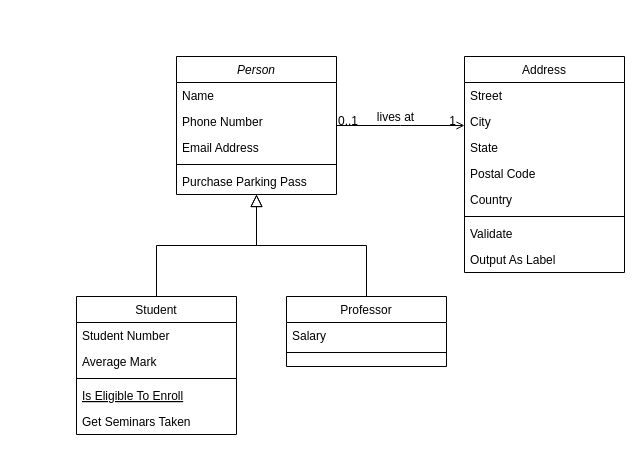
glennmon/glenntest keeps this draw.io diagram as restorant.drawio. Above is the earlier version. Source tidied: cells renumbered, new cells numbered last; positions are measured from the earlier drawing's top-left corner, leaving out a move shared by most shapes. Both pictures are drawn from the tidied source at 100%, with x=0, y=0 at pixel (76, 56).
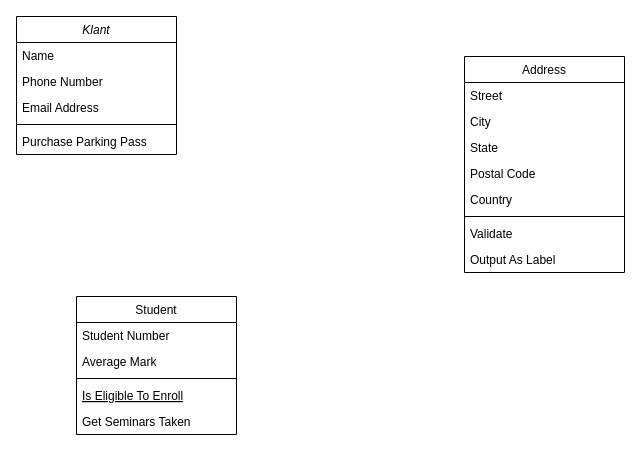
Above is the later version.

Unchanged cells that the change refers to:
```xml
<mxCell id="8" value="Student" style="swimlane;fontStyle=0;align=center;verticalAlign=top;horizontal=1;startSize=26;rounded=0;shadow=0;strokeWidth=1;" parent="1" vertex="1">
  <mxGeometry y="240" width="160" height="138" as="geometry" />
</mxCell>
<mxCell id="19" value="Address" style="swimlane;fontStyle=0;align=center;verticalAlign=top;horizontal=1;startSize=26;rounded=0;shadow=0;strokeWidth=1;" parent="1" vertex="1">
  <mxGeometry x="388" width="160" height="216" as="geometry" />
</mxCell>
```

Change to the diagram source:
```diff
@@
-    <mxCell id="2" value="Person" style="swimlane;fontStyle=2;align=center;verticalAlign=top;horizontal=1;startSize=26;rounded=0;shadow=0;strokeWidth=1;" parent="1" vertex="1">
-      <mxGeometry x="100" width="160" height="138" as="geometry" />
+    <mxCell id="2" value="Klant" style="swimlane;fontStyle=2;align=center;verticalAlign=top;horizontal=1;startSize=26;rounded=0;shadow=0;strokeWidth=1;" parent="1" vertex="1">
+      <mxGeometry x="-60" y="-40" width="160" height="138" as="geometry" />
     </mxCell>
@@
-    <mxCell id="14" style="endArrow=block;endSize=10;endFill=0;shadow=0;strokeWidth=1;rounded=0;edgeStyle=elbowEdgeStyle;elbow=vertical;" parent="1" edge="1" source="8" target="2">
-      <mxGeometry relative="1" as="geometry" />
-    </mxCell>
-    <mxCell id="15" value="Professor" style="swimlane;fontStyle=0;align=center;verticalAlign=top;horizontal=1;startSize=26;rounded=0;shadow=0;strokeWidth=1;" parent="1" vertex="1">
-      <mxGeometry x="210" y="240" width="160" height="70" as="geometry" />
-    </mxCell>
-    <mxCell id="16" value="Salary" style="text;align=left;verticalAlign=top;spacingLeft=4;spacingRight=4;overflow=hidden;" parent="15" vertex="1">
-      <mxGeometry y="26" width="160" height="26" as="geometry" />
-    </mxCell>
-    <mxCell id="17" style="line;html=1;strokeWidth=1;align=left;verticalAlign=middle;spacingTop=-1;spacingLeft=3;spacingRight=3;labelPosition=right;" parent="15" vertex="1">
-      <mxGeometry y="52" width="160" height="8" as="geometry" />
-    </mxCell>
-    <mxCell id="18" style="endArrow=block;endSize=10;endFill=0;shadow=0;strokeWidth=1;rounded=0;edgeStyle=elbowEdgeStyle;elbow=vertical;" parent="1" edge="1" source="15" target="2">
-      <mxGeometry relative="1" as="geometry" />
-    </mxCell>
@@
-    <mxCell id="28" style="endArrow=open;shadow=0;strokeWidth=1;rounded=0;endFill=1;edgeStyle=elbowEdgeStyle;elbow=vertical;" parent="1" edge="1" source="2" target="19">
-      <mxGeometry x="0.5" y="41" relative="1" as="geometry">
-        <mxPoint x="-40" y="32" as="offset" />
-      </mxGeometry>
-    </mxCell>
-    <mxCell id="29" value="0..1" style="align=left;verticalAlign=bottom;labelBackgroundColor=none;fontSize=12;" parent="28" vertex="1">
-      <mxGeometry x="-1" relative="1" as="geometry">
-        <mxPoint y="4" as="offset" />
-      </mxGeometry>
-    </mxCell>
-    <mxCell id="30" value="1" style="align=right;verticalAlign=bottom;labelBackgroundColor=none;fontSize=12;" parent="28" vertex="1">
-      <mxGeometry x="1" relative="1" as="geometry">
-        <mxPoint x="-7" y="4" as="offset" />
-      </mxGeometry>
-    </mxCell>
-    <mxCell id="31" value="lives at" style="text;html=1;align=center;verticalAlign=middle;labelBackgroundColor=none;rounded=0;shadow=0;strokeWidth=1;fontSize=12;" parent="28" vertex="1">
-      <mxGeometry x="0.5" y="49" relative="1" as="geometry">
-        <mxPoint x="-38" y="40" as="offset" />
-      </mxGeometry>
-    </mxCell>
```
